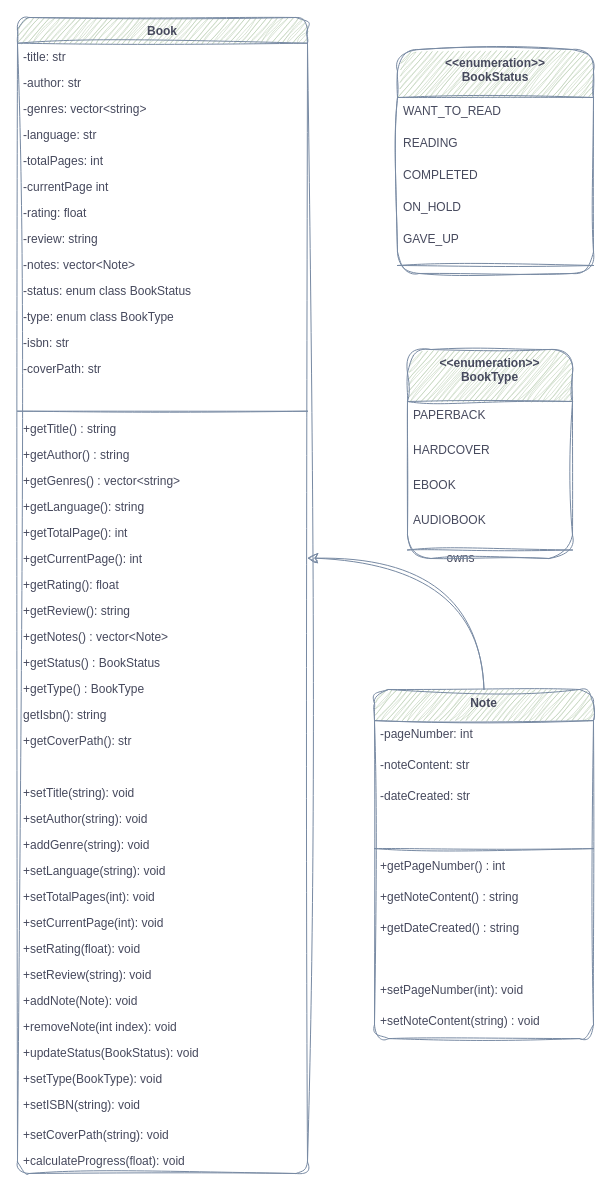
Before: uml_core.drawio in Newlove-Kwarfo/LibMark, a draw.io diagram. Source tidied: cells renumbered, new cells numbered last; positions are measured from the earlier drawing's top-left corner, leaving out a move shared by most shapes. Both pictures are drawn from the tidied source at 100%, with x=0, y=0 at pixel (17, 17).
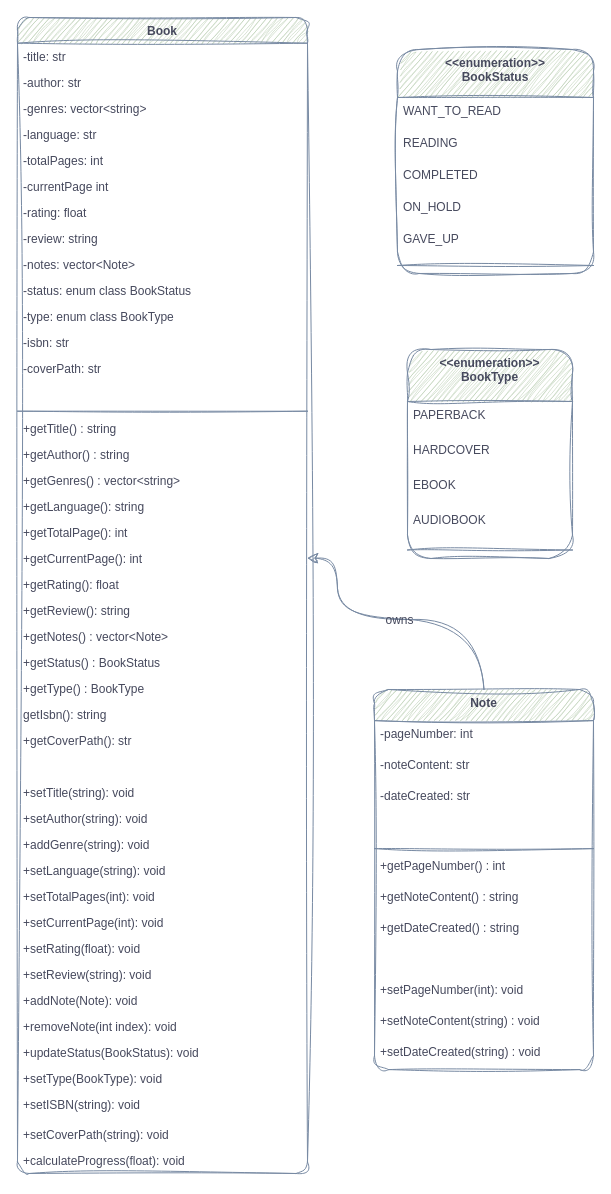
The same page after the edit.

Unchanged cells that the change refers to:
```xml
<mxCell id="23" value="+getCurrentPage(): int" style="text;strokeColor=none;fillColor=none;align=left;verticalAlign=top;spacingLeft=4;spacingRight=4;overflow=hidden;points=[[0,0.5],[1,0.5]];portConstraint=eastwest;labelBackgroundColor=none;fontColor=#46495D;rounded=1;sketch=1;curveFitting=1;jiggle=2;" parent="2" vertex="1">
  <mxGeometry y="527.7" width="290" height="26" as="geometry" />
</mxCell>
```

Diff of the diagram source:
```diff
@@
     <mxCell id="47" style="edgeStyle=orthogonalEdgeStyle;curved=1;rounded=1;jettySize=auto;html=1;exitX=0.5;exitY=0;exitDx=0;exitDy=0;entryX=1;entryY=0.5;entryDx=0;entryDy=0;fontSize=12;startSize=8;endSize=8;labelBackgroundColor=none;strokeColor=#788AA3;fontColor=default;sketch=1;curveFitting=1;jiggle=2;" parent="1" edge="1" source="49" target="23">
-      <mxGeometry relative="1" as="geometry" />
+      <mxGeometry relative="1" as="geometry">
+        <Array as="points">
+          <mxPoint x="467" y="602" />
+          <mxPoint x="320" y="602" />
+          <mxPoint x="320" y="541" />
+        </Array>
+      </mxGeometry>
     </mxCell>
@@
     <mxCell id="49" value="Note" style="swimlane;fontStyle=1;align=center;verticalAlign=top;horizontal=1;startSize=31.11111111111111;fillColor=#B2C9AB;strokeColor=#788AA3;fontColor=#46495D;labelBackgroundColor=none;rounded=1;sketch=1;curveFitting=1;jiggle=2;" parent="1" vertex="1">
-      <mxGeometry x="357" y="672" width="219" height="349.1" as="geometry" />
+      <mxGeometry x="357" y="672" width="219" height="380.1" as="geometry" />
     </mxCell>
@@
+    <mxCell id="74" value="+setDateCreated(string) : void" style="text;strokeColor=none;fillColor=none;align=left;verticalAlign=top;spacingLeft=4;spacingRight=4;overflow=hidden;labelBackgroundColor=none;fontColor=#46495D;rounded=1;sketch=1;curveFitting=1;jiggle=2;" parent="49" vertex="1">
+      <mxGeometry y="349.1" width="219" height="31" as="geometry" />
+    </mxCell>
```
